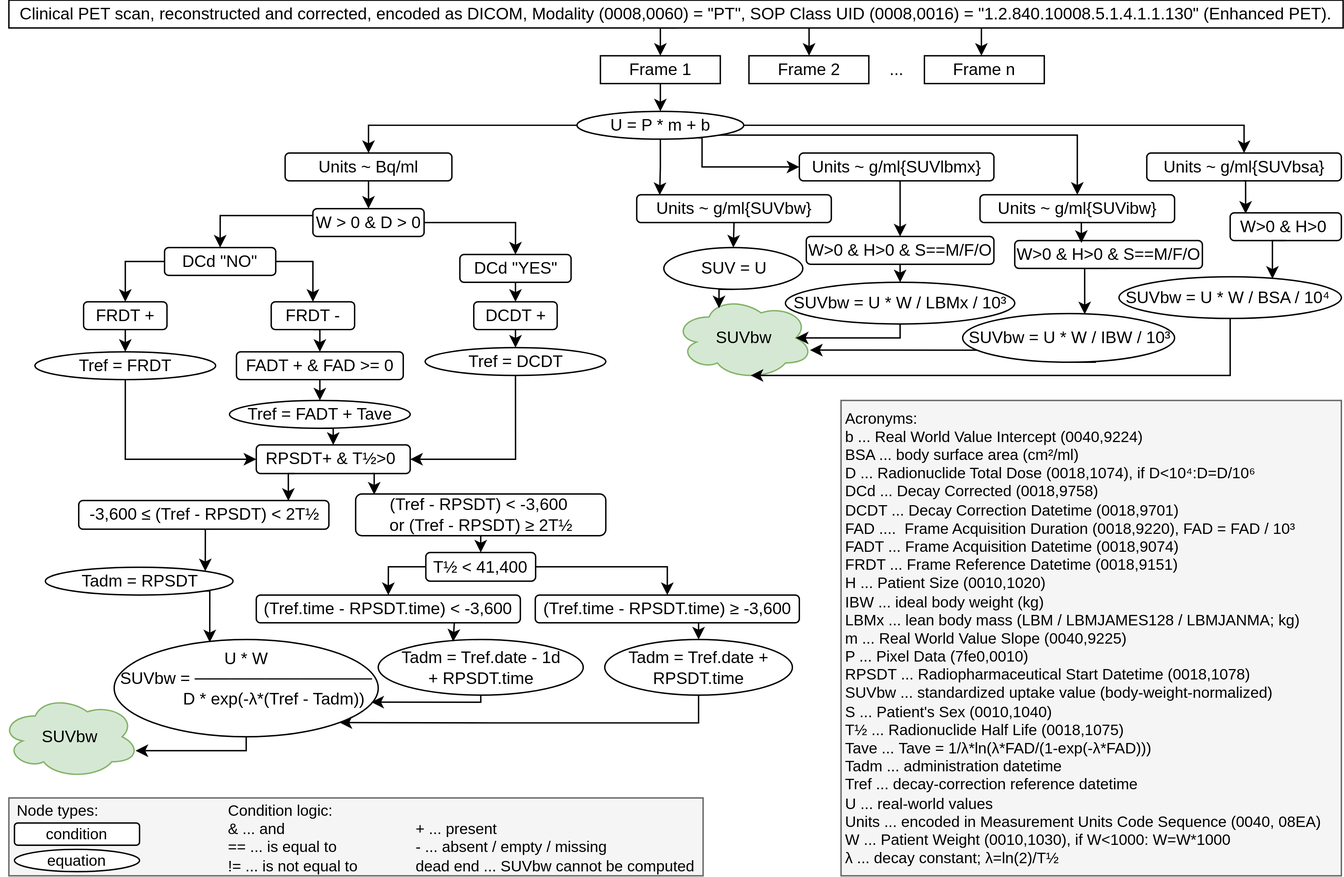
This is docs/Suppl_fig_2-SUV_computation_diagram_enhancedPET.svg from oncoray/suv_computation, a draw.io export, as it was before one commit. Source tidied: cells renumbered, new cells last; positions are measured from the earlier drawing's top-left corner, leaving out a move shared by most shapes.
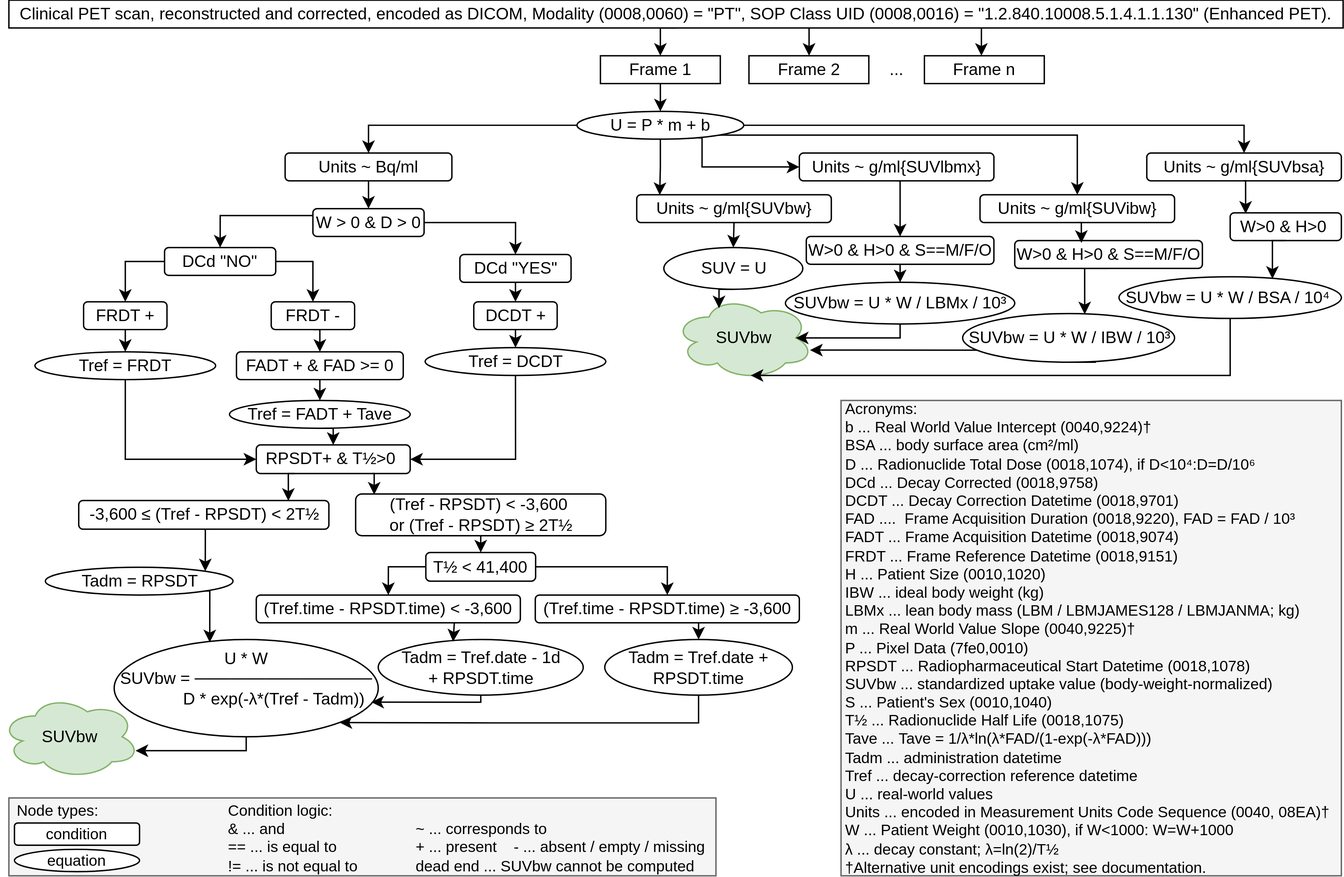
Above is the later version.

Commit message:
update Enhanced PET rescaling and readme

What changed in the source:
```diff
@@ -3,7 +3,7 @@
     <mxCell id="0" />
     <mxCell id="1" parent="0" />
     <mxCell id="2" style="text;html=1;whiteSpace=wrap;align=left;verticalAlign=middle;rounded=0;fillColor=#f5f5f5;fontColor=#000000;strokeColor=#666666;spacingLeft=3;spacing=0;" parent="1" vertex="1">
-      <mxGeometry x="6.2" y="574" width="499.5" height="56" as="geometry" />
+      <mxGeometry x="6.2" y="574" width="508.8" height="56" as="geometry" />
     </mxCell>
     <mxCell id="3" style="edgeStyle=orthogonalEdgeStyle;rounded=0;jettySize=auto;html=1;exitX=0.5;exitY=1;exitDx=0;exitDy=0;entryX=0.5;entryY=0;entryDx=0;entryDy=0;" parent="1" edge="1" source="4" target="41">
       <mxGeometry relative="1" as="geometry" />
@@ -131,7 +131,7 @@
     <mxCell id="34" value="SUVbw" style="ellipse;shape=cloud;whiteSpace=wrap;html=1;fillColor=#d5e8d4;strokeColor=#82b366;" parent="1" vertex="1">
       <mxGeometry x="0.2" y="500" width="100" height="60" as="geometry" />
     </mxCell>
-    <mxCell id="35" value="&lt;div&gt;Acronyms:&lt;br style=&quot;padding: 0px; margin: 0px;&quot;&gt;b ... Real World Value Intercept&amp;nbsp;&lt;span style=&quot;background-color: transparent; color: light-dark(rgb(0, 0, 0), rgb(237, 237, 237));&quot;&gt;(0040,9224)&lt;/span&gt;&lt;/div&gt;&lt;div&gt;BSA ... body surface area (cm²/ml)&lt;span style=&quot;background-color: transparent; color: light-dark(rgb(0, 0, 0), rgb(237, 237, 237));&quot;&gt;&lt;/span&gt;&lt;/div&gt;&lt;div&gt;D ... Radionuclide Total Dose (0018,1074), if D&amp;lt;10⁴:D=D/10⁶&lt;/div&gt;&lt;div&gt;DCd ... Decay Corrected (0018,9758)&lt;/div&gt;&lt;div&gt;DCDT ... Decay Correction Datetime (0018,9701)&lt;/div&gt;&lt;div&gt;FAD ....&amp;nbsp; Frame Acquisition Duration (0018,9220), FAD = FAD / 10³&lt;/div&gt;&lt;div&gt;&lt;span style=&quot;background-color: transparent; color: light-dark(rgb(0, 0, 0), rgb(237, 237, 237));&quot;&gt;FADT ... Frame Acquisition Datetime (0018,9074)&lt;/span&gt;&lt;/div&gt;&lt;div&gt;FRDT ... Frame Reference Datetime (0018,9151)&lt;br&gt;&lt;div&gt;H ... Patient Size (0010,1020)&lt;/div&gt;&lt;div&gt;IBW ... ideal body weight (kg)&lt;br style=&quot;padding: 0px; margin: 0px;&quot;&gt;LBMx ...&amp;nbsp;&lt;span style=&quot;background-color: transparent; color: light-dark(rgb(0, 0, 0), rgb(237, 237, 237));&quot;&gt;lean body mass (&lt;/span&gt;&lt;span style=&quot;background-color: transparent; color: light-dark(rgb(0, 0, 0), rgb(237, 237, 237));&quot;&gt;LBM / LBMJAMES128 / LBMJANMA; kg)&lt;/span&gt;&lt;/div&gt;&lt;div&gt;m ...&amp;nbsp;&lt;span style=&quot;background-color: transparent; color: light-dark(rgb(0, 0, 0), rgb(237, 237, 237));&quot;&gt;Real World Value Slope&amp;nbsp;&lt;/span&gt;&lt;span style=&quot;background-color: transparent; color: light-dark(rgb(0, 0, 0), rgb(237, 237, 237));&quot;&gt;(0040,9225)&lt;/span&gt;&lt;/div&gt;&lt;div&gt;P ... Pixel Data (7fe0,0010)&lt;span style=&quot;background-color: transparent; color: light-dark(rgb(0, 0, 0), rgb(237, 237, 237));&quot;&gt;&lt;/span&gt;&lt;/div&gt;&lt;div&gt;RPSDT ... Radiopharmaceutical Start Datetime &lt;span style=&quot;color: light-dark(rgb(0, 0, 0), rgb(237, 237, 237)); background-color: transparent;&quot;&gt;(0018,1078)&lt;/span&gt;&lt;/div&gt;&lt;div&gt;&lt;span style=&quot;color: light-dark(rgb(0, 0, 0), rgb(237, 237, 237)); background-color: transparent;&quot;&gt;SUVbw ... standardized uptake value (body-weight-normalized)&lt;/span&gt;&lt;/div&gt;&lt;div&gt;&lt;span style=&quot;background-color: transparent; color: light-dark(rgb(0, 0, 0), rgb(237, 237, 237));&quot;&gt;S ... Patient's Sex (0010,1040)&lt;/span&gt;&lt;/div&gt;&lt;/div&gt;&lt;div&gt;&lt;div&gt;&lt;span&gt;T½ ... Radionuclide Half Life (0018,1075)&lt;/span&gt;&lt;/div&gt;&lt;div&gt;&lt;span style=&quot;background-color: transparent; color: light-dark(rgb(0, 0, 0), rgb(237, 237, 237));&quot;&gt;Tave ...&amp;nbsp;&lt;/span&gt;&lt;span style=&quot;background-color: transparent; color: light-dark(rgb(0, 0, 0), rgb(237, 237, 237));&quot;&gt;Tave = 1/λ*ln(λ*FAD/(1-exp(-λ*FAD)))&lt;/span&gt;&lt;/div&gt;&lt;div&gt;&lt;span style=&quot;background-color: transparent; color: light-dark(rgb(0, 0, 0), rgb(237, 237, 237));&quot;&gt;Tadm ... administration datetime&lt;/span&gt;&lt;/div&gt;&lt;div&gt;&lt;span&gt;Tref ... decay-correction reference datetime&lt;/span&gt;&lt;/div&gt;&lt;div&gt;&lt;span style=&quot;background-color: transparent; color: light-dark(rgb(0, 0, 0), rgb(237, 237, 237));&quot;&gt;U ... real-world values&lt;/span&gt;&lt;/div&gt;&lt;div&gt;&lt;span&gt;Units ... encoded in&amp;nbsp;&lt;/span&gt;&lt;span style=&quot;background-color: transparent;&quot;&gt;Measurement Units Code Sequence (0040, 08EA)&lt;/span&gt;&lt;/div&gt;&lt;div&gt;&lt;span style=&quot;background-color: transparent; color: light-dark(rgb(0, 0, 0), rgb(237, 237, 237));&quot;&gt;W ... Patient Weight (0010,1030),&amp;nbsp;&lt;/span&gt;&lt;span style=&quot;background-color: transparent; color: light-dark(rgb(0, 0, 0), rgb(237, 237, 237));&quot;&gt;if W&amp;lt;1000: W=W*1000&lt;/span&gt;&lt;/div&gt;&lt;div&gt;&lt;span style=&quot;background-color: transparent; color: light-dark(rgb(0, 0, 0), rgb(237, 237, 237));&quot;&gt;λ ... decay constant; λ=ln(2)/T½&lt;/span&gt;&lt;/div&gt;&lt;/div&gt;" style="text;html=1;whiteSpace=wrap;align=left;verticalAlign=middle;rounded=0;fillColor=#f5f5f5;fontColor=#000000;strokeColor=#666666;spacingLeft=3;spacing=0;fontSize=11;" parent="1" vertex="1">
+    <mxCell id="35" value="&lt;div&gt;Acronyms:&lt;br style=&quot;padding: 0px; margin: 0px;&quot;&gt;b ... Real World Value Intercept&amp;nbsp;&lt;span style=&quot;background-color: transparent; color: light-dark(rgb(0, 0, 0), rgb(237, 237, 237));&quot;&gt;(0040,9224)&lt;/span&gt;&lt;span style=&quot;background-color: transparent; color: light-dark(rgb(0, 0, 0), rgb(237, 237, 237));&quot;&gt;†&lt;/span&gt;&lt;/div&gt;&lt;div&gt;BSA ... body surface area (cm²/ml)&lt;span style=&quot;background-color: transparent; color: light-dark(rgb(0, 0, 0), rgb(237, 237, 237));&quot;&gt;&lt;/span&gt;&lt;/div&gt;&lt;div&gt;D ... Radionuclide Total Dose (0018,1074), if D&amp;lt;10⁴:D=D/10⁶&lt;/div&gt;&lt;div&gt;DCd ... Decay Corrected (0018,9758)&lt;/div&gt;&lt;div&gt;DCDT ... Decay Correction Datetime (0018,9701)&lt;/div&gt;&lt;div&gt;FAD ....&amp;nbsp; Frame Acquisition Duration (0018,9220), FAD = FAD / 10³&lt;/div&gt;&lt;div&gt;&lt;span style=&quot;background-color: transparent; color: light-dark(rgb(0, 0, 0), rgb(237, 237, 237));&quot;&gt;FADT ... Frame Acquisition Datetime (0018,9074)&lt;/span&gt;&lt;/div&gt;&lt;div&gt;FRDT ... Frame Reference Datetime (0018,9151)&lt;br&gt;&lt;div&gt;H ... Patient Size (0010,1020)&lt;/div&gt;&lt;div&gt;IBW ... ideal body weight (kg)&lt;br style=&quot;padding: 0px; margin: 0px;&quot;&gt;LBMx ...&amp;nbsp;&lt;span style=&quot;background-color: transparent; color: light-dark(rgb(0, 0, 0), rgb(237, 237, 237));&quot;&gt;lean body mass (&lt;/span&gt;&lt;span style=&quot;background-color: transparent; color: light-dark(rgb(0, 0, 0), rgb(237, 237, 237));&quot;&gt;LBM / LBMJAMES128 / LBMJANMA; kg)&lt;/span&gt;&lt;/div&gt;&lt;div&gt;m ...&amp;nbsp;&lt;span style=&quot;background-color: transparent; color: light-dark(rgb(0, 0, 0), rgb(237, 237, 237));&quot;&gt;Real World Value Slope&amp;nbsp;&lt;/span&gt;&lt;span style=&quot;background-color: transparent; color: light-dark(rgb(0, 0, 0), rgb(237, 237, 237));&quot;&gt;(0040,9225)&lt;/span&gt;&lt;span style=&quot;background-color: transparent;&quot;&gt;†&lt;/span&gt;&lt;/div&gt;&lt;div&gt;P ... Pixel Data (7fe0,0010)&lt;span style=&quot;background-color: transparent; color: light-dark(rgb(0, 0, 0), rgb(237, 237, 237));&quot;&gt;&lt;/span&gt;&lt;/div&gt;&lt;div&gt;RPSDT ... Radiopharmaceutical Start Datetime &lt;span style=&quot;color: light-dark(rgb(0, 0, 0), rgb(237, 237, 237)); background-color: transparent;&quot;&gt;(0018,1078)&lt;/span&gt;&lt;/div&gt;&lt;div&gt;&lt;span style=&quot;color: light-dark(rgb(0, 0, 0), rgb(237, 237, 237)); background-color: transparent;&quot;&gt;SUVbw ... standardized uptake value (body-weight-normalized)&lt;/span&gt;&lt;/div&gt;&lt;div&gt;&lt;span style=&quot;background-color: transparent; color: light-dark(rgb(0, 0, 0), rgb(237, 237, 237));&quot;&gt;S ... Patient's Sex (0010,1040)&lt;/span&gt;&lt;/div&gt;&lt;/div&gt;&lt;div&gt;&lt;div&gt;&lt;span&gt;T½ ... Radionuclide Half Life (0018,1075)&lt;/span&gt;&lt;/div&gt;&lt;div&gt;&lt;span style=&quot;background-color: transparent; color: light-dark(rgb(0, 0, 0), rgb(237, 237, 237));&quot;&gt;Tave ...&amp;nbsp;&lt;/span&gt;&lt;span style=&quot;background-color: transparent; color: light-dark(rgb(0, 0, 0), rgb(237, 237, 237));&quot;&gt;Tave = 1/λ*ln(λ*FAD/(1-exp(-λ*FAD)))&lt;/span&gt;&lt;/div&gt;&lt;div&gt;&lt;span style=&quot;background-color: transparent; color: light-dark(rgb(0, 0, 0), rgb(237, 237, 237));&quot;&gt;Tadm ... administration datetime&lt;/span&gt;&lt;/div&gt;&lt;div&gt;&lt;span&gt;Tref ... decay-correction reference datetime&lt;/span&gt;&lt;/div&gt;&lt;div&gt;&lt;span style=&quot;background-color: transparent; color: light-dark(rgb(0, 0, 0), rgb(237, 237, 237));&quot;&gt;U ... real-world values&lt;/span&gt;&lt;/div&gt;&lt;div&gt;&lt;span&gt;Units ... encoded in&amp;nbsp;&lt;/span&gt;&lt;span style=&quot;background-color: transparent;&quot;&gt;Measurement Units Code Sequence (0040, 08EA)&lt;/span&gt;&lt;span style=&quot;background-color: transparent;&quot;&gt;†&lt;/span&gt;&lt;/div&gt;&lt;div&gt;&lt;span style=&quot;background-color: transparent; color: light-dark(rgb(0, 0, 0), rgb(237, 237, 237));&quot;&gt;W ... Patient Weight (0010,1030),&amp;nbsp;&lt;/span&gt;&lt;span style=&quot;background-color: transparent; color: light-dark(rgb(0, 0, 0), rgb(237, 237, 237));&quot;&gt;if W&amp;lt;1000: W=W+1000&lt;/span&gt;&lt;/div&gt;&lt;div&gt;&lt;span style=&quot;background-color: transparent; color: light-dark(rgb(0, 0, 0), rgb(237, 237, 237));&quot;&gt;λ ... decay constant; λ=ln(2)/T½&lt;/span&gt;&lt;/div&gt;&lt;/div&gt;&lt;div&gt;†Alternative unit encodings exist; see documentation.&lt;/div&gt;" style="text;html=1;whiteSpace=wrap;align=left;verticalAlign=middle;rounded=0;fillColor=#f5f5f5;fontColor=#000000;strokeColor=#666666;spacingLeft=3;spacing=0;fontSize=11;" parent="1" vertex="1">
       <mxGeometry x="605" y="288" width="360" height="342" as="geometry" />
     </mxCell>
     <mxCell id="36" style="edgeStyle=orthogonalEdgeStyle;rounded=0;jettySize=auto;html=1;exitX=0.5;exitY=1;exitDx=0;exitDy=0;entryX=0.5;entryY=0;entryDx=0;entryDy=0;" parent="1" edge="1" source="37" target="90">
@@ -231,8 +231,8 @@
     <mxCell id="66" value="&lt;span style=&quot;text-align: left;&quot;&gt;equation&lt;/span&gt;" style="ellipse;whiteSpace=wrap;html=1;fontSize=11;" parent="1" vertex="1">
       <mxGeometry x="10.2" y="611" width="90" height="16" as="geometry" />
     </mxCell>
-    <mxCell id="67" value="&#10;+ ... present&#10;- ... absent / empty / missing&#10;dead end ... SUVbw cannot be computed" style="text;whiteSpace=wrap;fontSize=11;" parent="1" vertex="1">
-      <mxGeometry x="297.2" y="570" width="241.5" height="60" as="geometry" />
+    <mxCell id="67" value="&#10;~ ... corresponds to&#10;+ ... present    - ... absent / empty / missing&#10;dead end ... SUVbw cannot be computed" style="text;whiteSpace=wrap;fontSize=11;" parent="1" vertex="1">
+      <mxGeometry x="297.2" y="570" width="217.8" height="60" as="geometry" />
     </mxCell>
     <mxCell id="68" style="endArrow=classic;html=1;rounded=0;entryX=0.5;entryY=0;entryDx=0;entryDy=0;" parent="1" edge="1" target="13">
       <mxGeometry relative="1" as="geometry">
```
